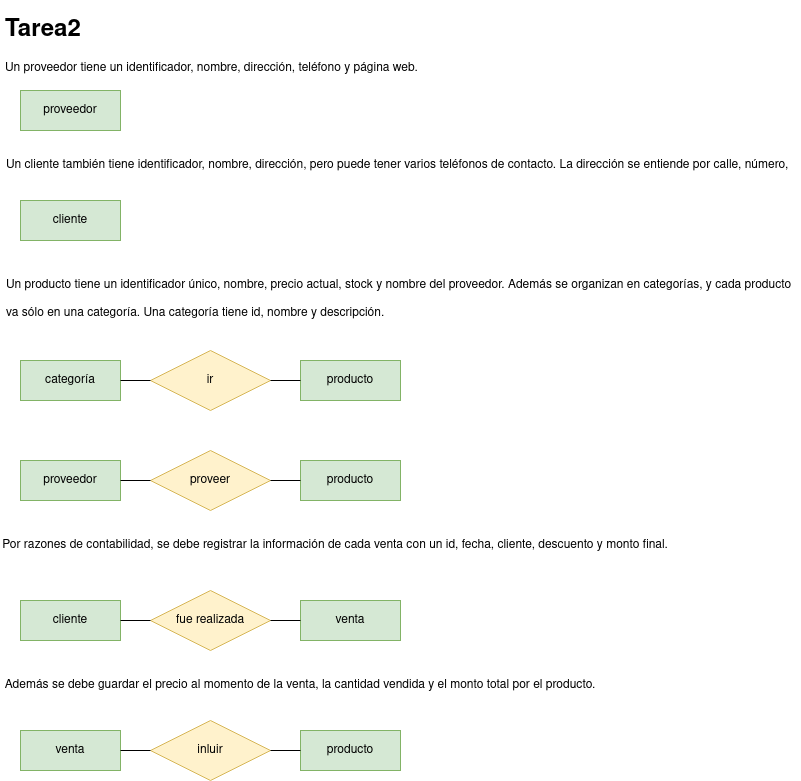
Before: tareasER/tarea2.png, a diagram exported from draw.io (javigh193/bae). Source tidied: cells renumbered, new cells last; positions are measured from the earlier drawing's top-left corner, leaving out a move shared by most shapes.
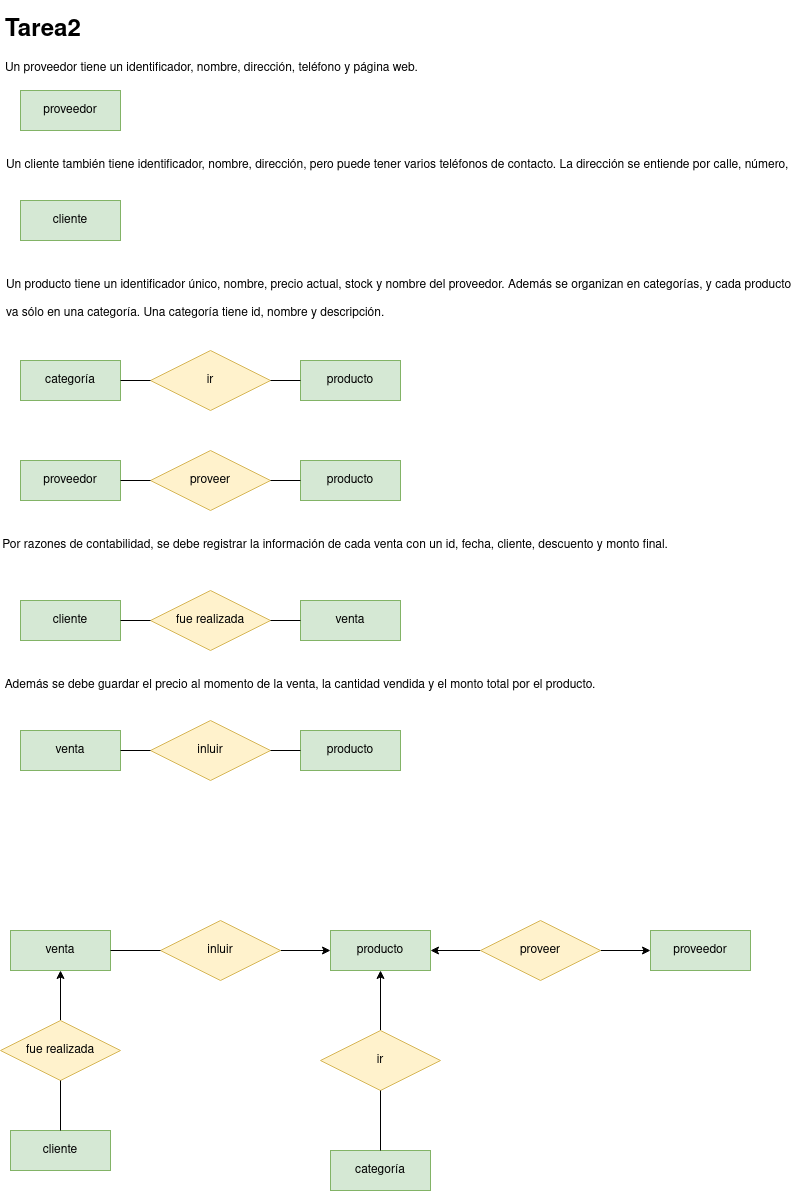
After the change.

What changed in the source:
```diff
@@ -83,5 +83,56 @@
     <mxCell id="28" style="endArrow=none;html=1;rounded=0;exitX=0;exitY=0.5;exitDx=0;exitDy=0;entryX=1;entryY=0.5;entryDx=0;entryDy=0;" parent="1" edge="1" source="26" target="25">
       <mxGeometry relative="1" as="geometry" />
     </mxCell>
+    <mxCell id="29" value="producto" style="whiteSpace=wrap;html=1;align=center;fillColor=#d5e8d4;strokeColor=#82b366;" parent="1" vertex="1">
+      <mxGeometry x="330" y="920" width="100" height="40" as="geometry" />
+    </mxCell>
+    <mxCell id="30" value="proveedor" style="whiteSpace=wrap;html=1;align=center;fillColor=#d5e8d4;strokeColor=#82b366;" parent="1" vertex="1">
+      <mxGeometry x="650" y="920" width="100" height="40" as="geometry" />
+    </mxCell>
+    <mxCell id="31" style="edgeStyle=orthogonalEdgeStyle;rounded=0;jettySize=auto;html=1;entryX=0;entryY=0.5;entryDx=0;entryDy=0;" parent="1" edge="1" source="33" target="30">
+      <mxGeometry relative="1" as="geometry" />
+    </mxCell>
+    <mxCell id="32" style="edgeStyle=orthogonalEdgeStyle;rounded=0;jettySize=auto;html=1;entryX=1;entryY=0.5;entryDx=0;entryDy=0;" parent="1" edge="1" source="33" target="29">
+      <mxGeometry relative="1" as="geometry" />
+    </mxCell>
+    <mxCell id="33" value="proveer" style="shape=rhombus;perimeter=rhombusPerimeter;whiteSpace=wrap;html=1;align=center;fillColor=#fff2cc;strokeColor=#d6b656;" parent="1" vertex="1">
+      <mxGeometry x="480" y="910" width="120" height="60" as="geometry" />
+    </mxCell>
+    <mxCell id="34" value="categoría" style="whiteSpace=wrap;html=1;align=center;fillColor=#d5e8d4;strokeColor=#82b366;" parent="1" vertex="1">
+      <mxGeometry x="330" y="1140" width="100" height="40" as="geometry" />
+    </mxCell>
+    <mxCell id="35" style="edgeStyle=orthogonalEdgeStyle;rounded=0;jettySize=auto;html=1;entryX=0.5;entryY=1;entryDx=0;entryDy=0;" parent="1" edge="1" source="36" target="29">
+      <mxGeometry relative="1" as="geometry" />
+    </mxCell>
+    <mxCell id="36" value="ir" style="shape=rhombus;perimeter=rhombusPerimeter;whiteSpace=wrap;html=1;align=center;fillColor=#fff2cc;strokeColor=#d6b656;" parent="1" vertex="1">
+      <mxGeometry x="320" y="1020" width="120" height="60" as="geometry" />
+    </mxCell>
+    <mxCell id="37" style="endArrow=none;html=1;rounded=0;exitX=0.5;exitY=1;exitDx=0;exitDy=0;entryX=0.5;entryY=0;entryDx=0;entryDy=0;" parent="1" edge="1" source="36" target="34">
+      <mxGeometry relative="1" as="geometry" />
+    </mxCell>
+    <mxCell id="38" style="edgeStyle=orthogonalEdgeStyle;rounded=0;jettySize=auto;html=1;entryX=0;entryY=0.5;entryDx=0;entryDy=0;" parent="1" edge="1" source="39" target="29">
+      <mxGeometry relative="1" as="geometry" />
+    </mxCell>
+    <mxCell id="39" value="inluir" style="shape=rhombus;perimeter=rhombusPerimeter;whiteSpace=wrap;html=1;align=center;fillColor=#fff2cc;strokeColor=#d6b656;" parent="1" vertex="1">
+      <mxGeometry x="160" y="910" width="120" height="60" as="geometry" />
+    </mxCell>
+    <mxCell id="40" value="venta" style="whiteSpace=wrap;html=1;align=center;fillColor=#d5e8d4;strokeColor=#82b366;" parent="1" vertex="1">
+      <mxGeometry x="10" y="920" width="100" height="40" as="geometry" />
+    </mxCell>
+    <mxCell id="41" style="endArrow=none;html=1;rounded=0;exitX=0;exitY=0.5;exitDx=0;exitDy=0;entryX=1;entryY=0.5;entryDx=0;entryDy=0;" parent="1" edge="1" source="39" target="40">
+      <mxGeometry relative="1" as="geometry" />
+    </mxCell>
+    <mxCell id="42" value="cliente" style="whiteSpace=wrap;html=1;align=center;fillColor=#d5e8d4;strokeColor=#82b366;" parent="1" vertex="1">
+      <mxGeometry x="10" y="1120" width="100" height="40" as="geometry" />
+    </mxCell>
+    <mxCell id="43" style="edgeStyle=orthogonalEdgeStyle;rounded=0;jettySize=auto;html=1;entryX=0.5;entryY=1;entryDx=0;entryDy=0;" parent="1" edge="1" source="44" target="40">
+      <mxGeometry relative="1" as="geometry" />
+    </mxCell>
+    <mxCell id="44" value="fue realizada" style="shape=rhombus;perimeter=rhombusPerimeter;whiteSpace=wrap;html=1;align=center;fillColor=#fff2cc;strokeColor=#d6b656;" parent="1" vertex="1">
+      <mxGeometry y="1010" width="120" height="60" as="geometry" />
+    </mxCell>
+    <mxCell id="45" style="endArrow=none;html=1;rounded=0;exitX=0.5;exitY=0;exitDx=0;exitDy=0;entryX=0.5;entryY=1;entryDx=0;entryDy=0;" parent="1" edge="1" source="42" target="44">
+      <mxGeometry relative="1" as="geometry" />
+    </mxCell>
   </root>
 </mxGraphModel>
```
